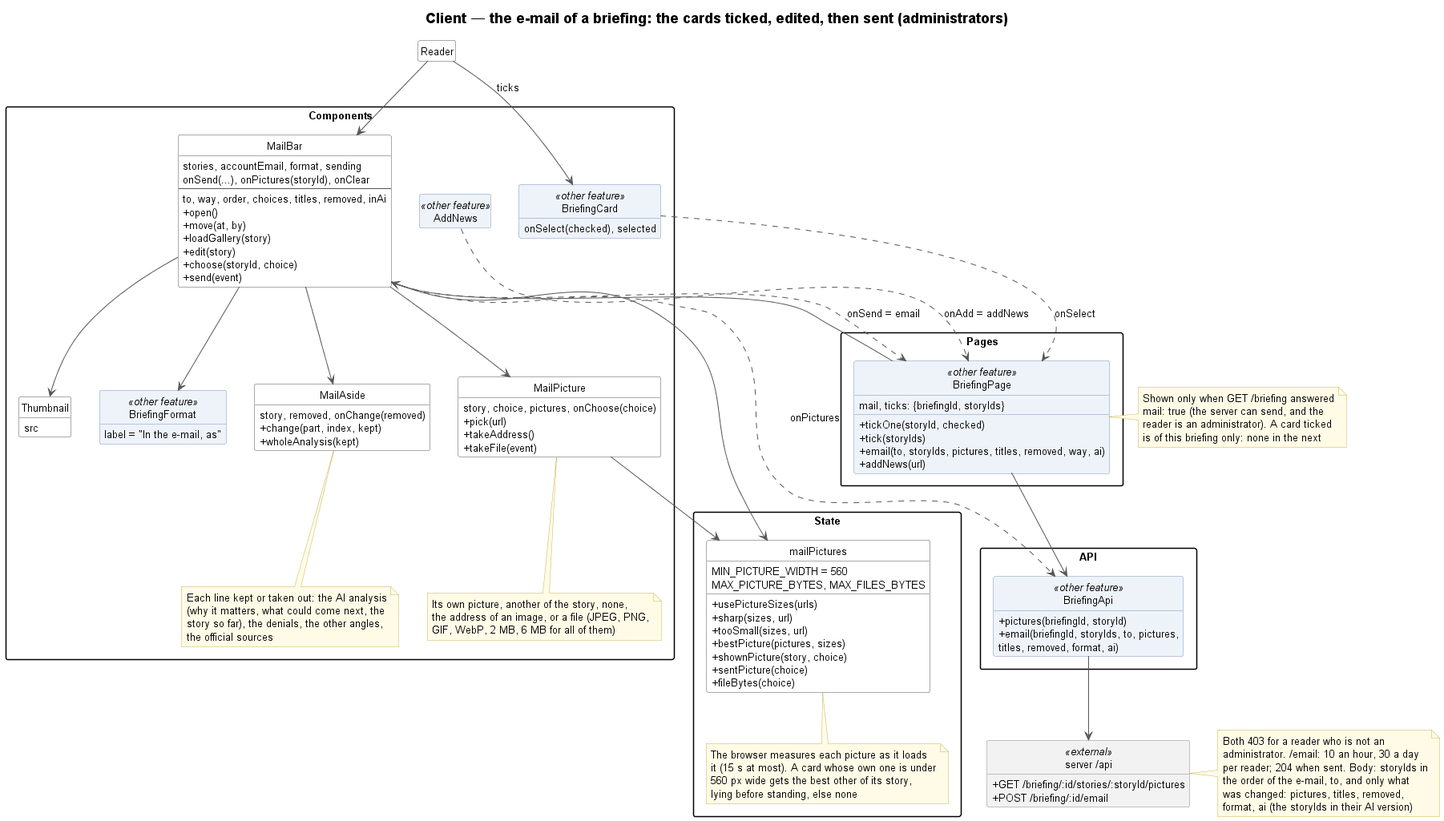
Above: docs/briefing/email/client-05-email.png in TPI2026-NewsGenerator/NewsGenerator-Frontend (PlantUML), before the change.
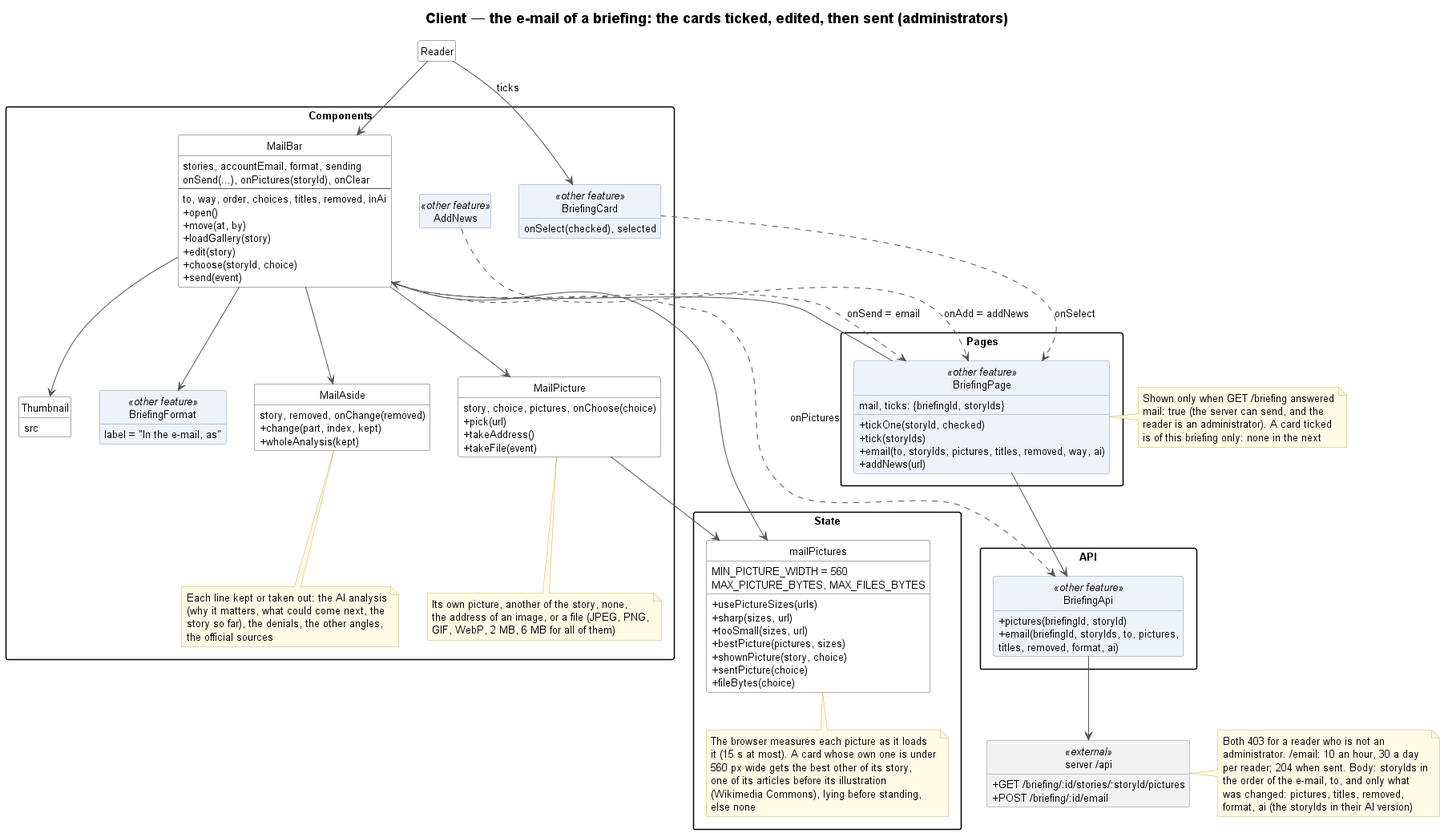
After the change.

Commit message:
Docs: the e-mail takes an illustration after the pictures of the articles

The edit, as a diff of the source:
```diff
@@ -1,5 +1,5 @@
 @startuml client-05-email
-!include _style.iuml
+!include ../../_style/class.iuml
 title Client — the e-mail of a briefing: the cards ticked, edited, then sent (administrators)
 
 class Reader
@@ -80,7 +80,9 @@
         The browser measures each picture as it loads
         it (15 s at most). A card whose own one is under
         560 px wide gets the best other of its story,
-        lying before standing, else none
+        one of its articles before its illustration
+        (Wikimedia Commons), lying before standing,
+        else none
     end note
 }
 package "API" {
```
